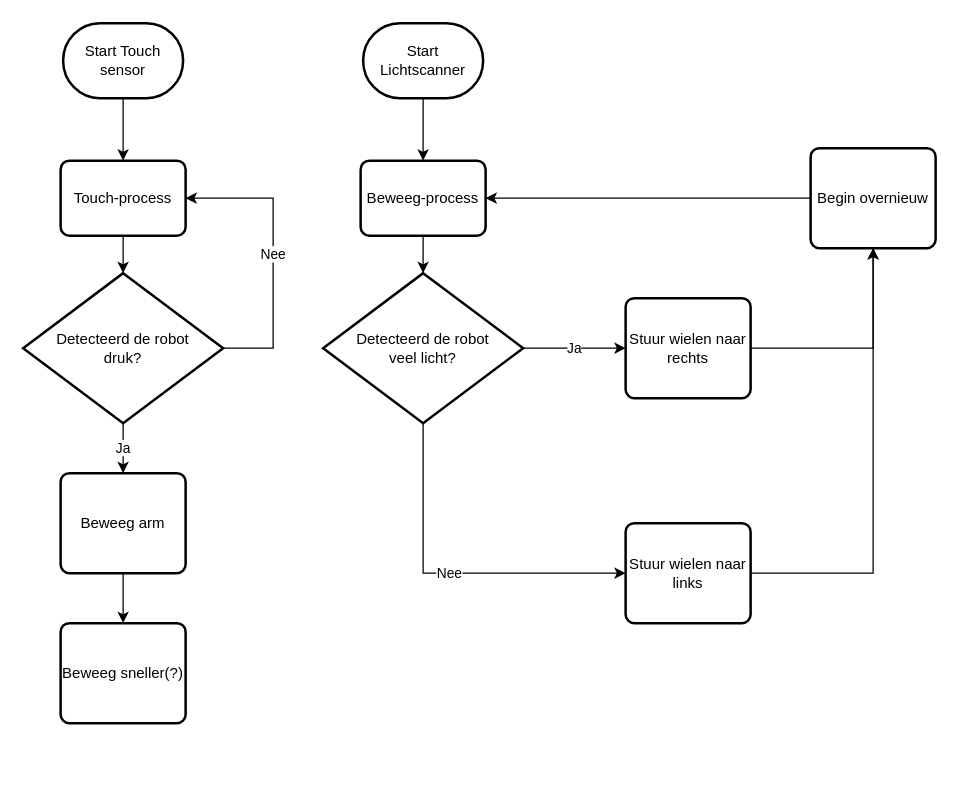
Before: Robot/Flowcharts.drawio in Tobias-W-S/Projectweek2, a draw.io diagram. Source tidied: cells renumbered, new cells numbered last; positions are measured from the earlier drawing's top-left corner, leaving out a move shared by most shapes. Both pictures are drawn from the tidied source at 125%, with x=0, y=0 at pixel (22, 22).
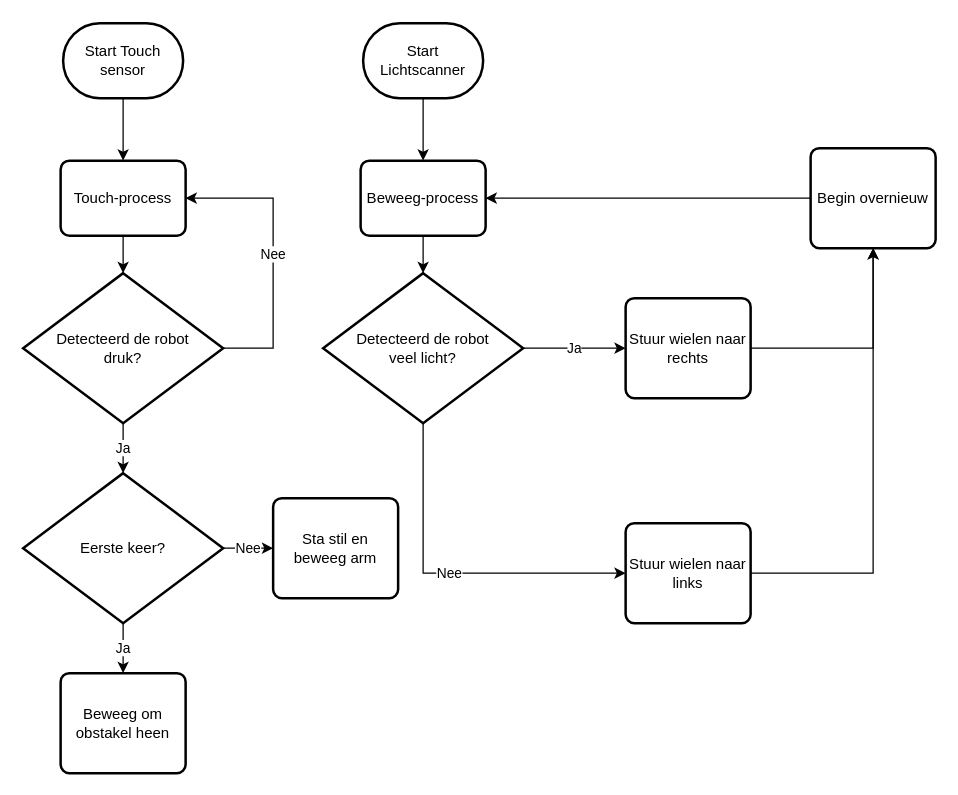
After the change.

Unchanged cells that the change refers to:
```xml
<mxCell id="21" value="Detecteerd de robot &lt;br&gt;druk?" style="strokeWidth=2;html=1;shape=mxgraph.flowchart.decision;whiteSpace=wrap;" parent="1" vertex="1">
  <mxGeometry y="200" width="160" height="120" as="geometry" />
</mxCell>
```

Change to the diagram source:
```diff
@@
-    <mxCell id="20" value="Ja" style="edgeStyle=orthogonalEdgeStyle;rounded=0;jettySize=auto;html=1;exitX=0.5;exitY=1;exitDx=0;exitDy=0;exitPerimeter=0;entryX=0.5;entryY=0;entryDx=0;entryDy=0;" parent="1" edge="1" source="21" target="23">
+    <mxCell id="20" value="Ja" style="edgeStyle=orthogonalEdgeStyle;rounded=0;jettySize=auto;html=1;exitX=0.5;exitY=1;exitDx=0;exitDy=0;exitPerimeter=0;entryX=0.5;entryY=0;entryDx=0;entryDy=0;entryPerimeter=0;" parent="1" edge="1" source="21" target="27">
       <mxGeometry relative="1" as="geometry" />
     </mxCell>
@@
-    <mxCell id="22" style="edgeStyle=orthogonalEdgeStyle;rounded=0;jettySize=auto;html=1;exitX=0.5;exitY=1;exitDx=0;exitDy=0;entryX=0.5;entryY=0;entryDx=0;entryDy=0;" parent="1" edge="1" source="23" target="24">
-      <mxGeometry relative="1" as="geometry" />
-    </mxCell>
-    <mxCell id="23" value="Beweeg arm" style="rounded=1;whiteSpace=wrap;html=1;absoluteArcSize=1;arcSize=14;strokeWidth=2;" parent="1" vertex="1">
-      <mxGeometry x="30" y="360" width="100" height="80" as="geometry" />
+    <mxCell id="23" value="Sta stil en beweeg arm" style="rounded=1;whiteSpace=wrap;html=1;absoluteArcSize=1;arcSize=14;strokeWidth=2;" parent="1" vertex="1">
+      <mxGeometry x="200" y="380" width="100" height="80" as="geometry" />
     </mxCell>
-    <mxCell id="24" value="Beweeg sneller(?)" style="rounded=1;whiteSpace=wrap;html=1;absoluteArcSize=1;arcSize=14;strokeWidth=2;" parent="1" vertex="1">
-      <mxGeometry x="30" y="480" width="100" height="80" as="geometry" />
+    <mxCell id="24" value="Beweeg om obstakel heen" style="rounded=1;whiteSpace=wrap;html=1;absoluteArcSize=1;arcSize=14;strokeWidth=2;" parent="1" vertex="1">
+      <mxGeometry x="30" y="520" width="100" height="80" as="geometry" />
     </mxCell>
+    <mxCell id="25" value="Ja" style="edgeStyle=orthogonalEdgeStyle;rounded=0;jettySize=auto;html=1;entryX=0.5;entryY=0;entryDx=0;entryDy=0;" parent="1" edge="1" source="27" target="24">
+      <mxGeometry relative="1" as="geometry" />
+    </mxCell>
+    <mxCell id="26" value="Nee" style="edgeStyle=orthogonalEdgeStyle;rounded=0;jettySize=auto;html=1;exitX=1;exitY=0.5;exitDx=0;exitDy=0;exitPerimeter=0;entryX=0;entryY=0.5;entryDx=0;entryDy=0;" parent="1" edge="1" source="27" target="23">
+      <mxGeometry relative="1" as="geometry" />
+    </mxCell>
+    <mxCell id="27" value="Eerste keer?" style="strokeWidth=2;html=1;shape=mxgraph.flowchart.decision;whiteSpace=wrap;" parent="1" vertex="1">
+      <mxGeometry y="360" width="160" height="120" as="geometry" />
+    </mxCell>
```
